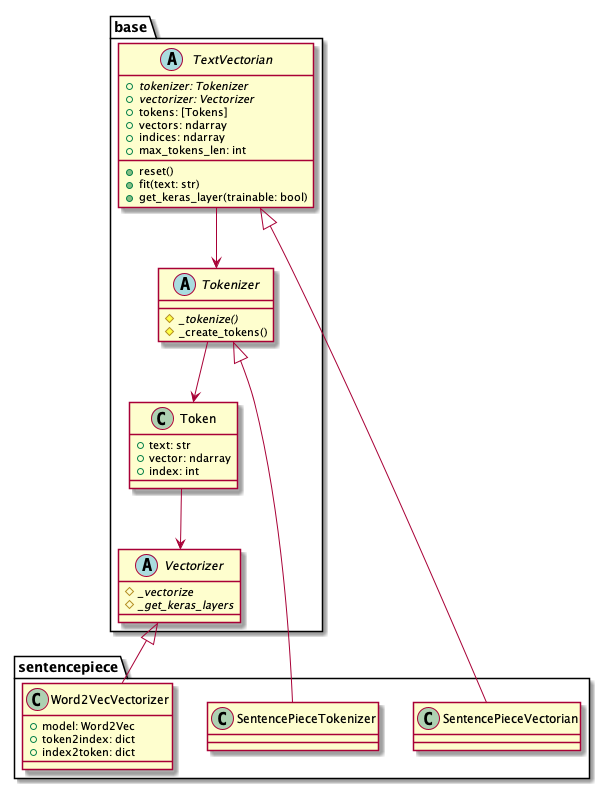
This is docs/class.png from lhideki/text-vectorian, a PlantUML export, as it was before one commit. Source of this version:
```plantuml
@startuml

package base {
    class Token {
        +text: str
        +vector: ndarray
        +index: int
    }
    abstract Vectorizer {
        {abstract} #_vectorize
        {abstract} #_get_keras_layers
    }
    abstract Tokenizer {
        {abstract} #_tokenize()
        #_create_tokens()
    }
    abstract TextVectorian {
        {abstract} +tokenizer: Tokenizer
        {abstract} +vectorizer: Vectorizer
        +tokens: [Tokens]
        +vectors: ndarray
        +indices: ndarray
        +max_tokens_len: int
        +reset()
        +fit(text: str)
        +get_keras_layer(trainable: bool)
    }
}

Token --> Vectorizer
Tokenizer --> Token
TextVectorian --> Tokenizer

package sentencepiece {
    class Word2VecVectorizer {
        +model: Word2Vec
        +token2index: dict
        +index2token: dict
    }
    class SentencePieceTokenizer
    class SentencePieceVectorian
}

Vectorizer <|-- Word2VecVectorizer
Tokenizer <|-- SentencePieceTokenizer
TextVectorian <|-- SentencePieceVectorian

@enduml
```
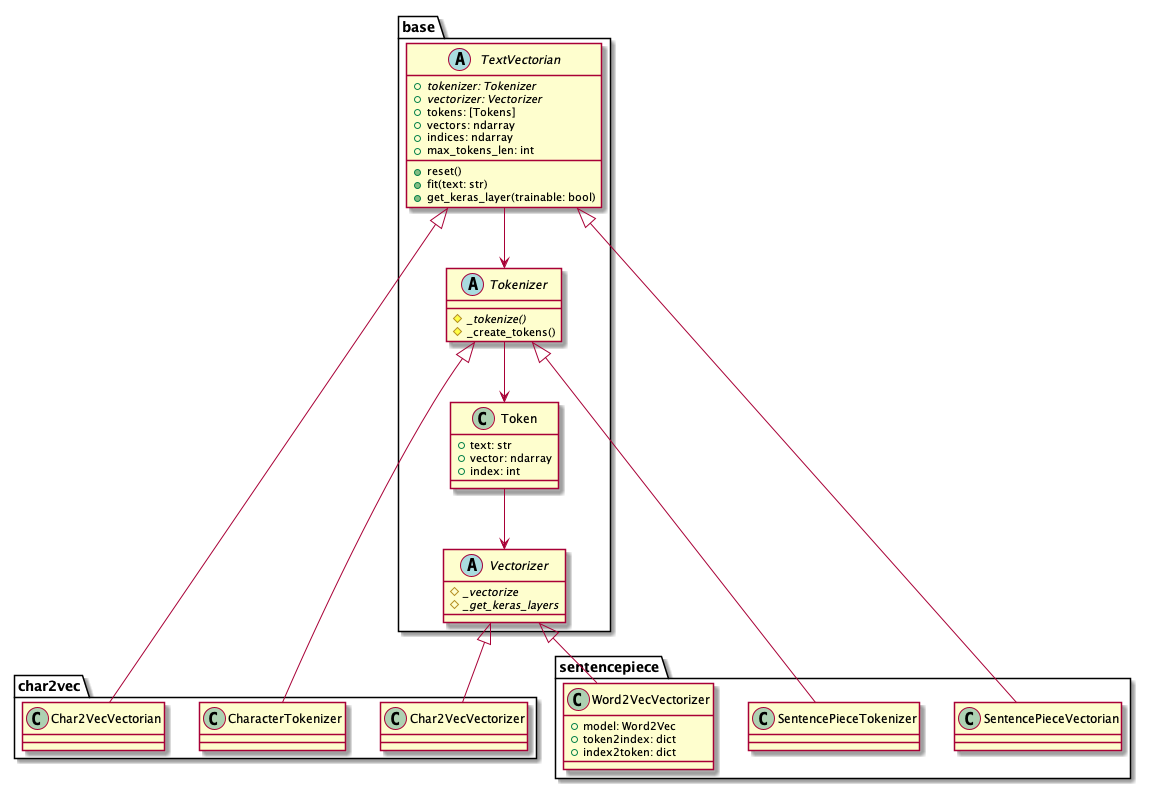
The same file after the commit.

Commit message:
Char2VecVectorianを実装しました。

Diff of the diagram source:
```diff
@@ -45,4 +45,14 @@
 Tokenizer <|-- SentencePieceTokenizer
 TextVectorian <|-- SentencePieceVectorian
 
+package char2vec {
+    class Char2VecVectorizer
+    class CharacterTokenizer
+    class Char2VecVectorian
+}
+
+Vectorizer <|-- Char2VecVectorizer
+Tokenizer <|-- CharacterTokenizer
+TextVectorian <|-- Char2VecVectorian
+
 @enduml
```
